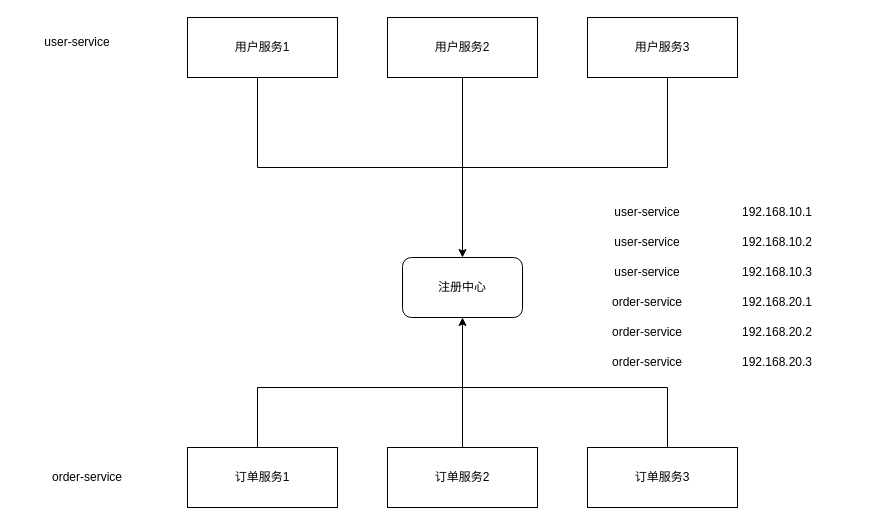
Before: DNS负载均衡.drawio in ChengziMao/picture, a draw.io diagram. Source tidied: cells renumbered, new cells numbered last; positions are measured from the earlier drawing's top-left corner, leaving out a move shared by most shapes. Both pictures are drawn from the tidied source at 100%, with x=0, y=0 at pixel (17, 17).
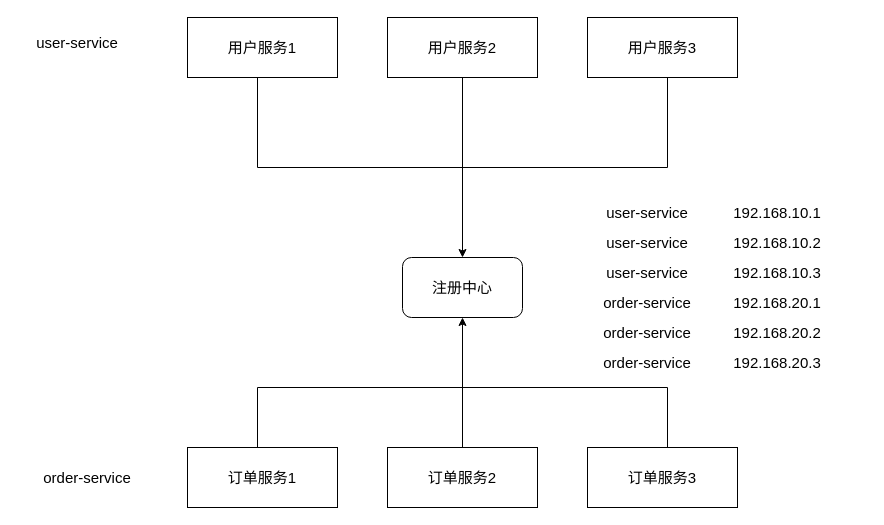
The same diagram, later.

Commit message (it also covers changes not shown here):
更新DNS负载均衡.drawio

Diff of the diagram source:
```diff
@@
-    <mxCell id="2" value="用户服务1" style="rounded=0;whiteSpace=wrap;html=1;" parent="1" vertex="1">
+    <mxCell id="2" value="用户服务1" style="rounded=0;whiteSpace=wrap;html=1;fontSize=15;" parent="1" vertex="1">
       <mxGeometry x="170" width="150" height="60" as="geometry" />
     </mxCell>
-    <mxCell id="3" style="edgeStyle=orthogonalEdgeStyle;rounded=0;jettySize=auto;html=1;entryX=0.5;entryY=0;entryDx=0;entryDy=0;" parent="1" edge="1" source="4" target="6">
+    <mxCell id="3" style="edgeStyle=orthogonalEdgeStyle;rounded=0;jettySize=auto;html=1;entryX=0.5;entryY=0;entryDx=0;entryDy=0;fontSize=15;" parent="1" edge="1" source="4" target="6">
       <mxGeometry relative="1" as="geometry" />
     </mxCell>
-    <mxCell id="4" value="用户服务2" style="rounded=0;whiteSpace=wrap;html=1;" parent="1" vertex="1">
+    <mxCell id="4" value="用户服务2" style="rounded=0;whiteSpace=wrap;html=1;fontSize=15;" parent="1" vertex="1">
       <mxGeometry x="370" width="150" height="60" as="geometry" />
     </mxCell>
-    <mxCell id="5" value="用户服务3" style="rounded=0;whiteSpace=wrap;html=1;" parent="1" vertex="1">
+    <mxCell id="5" value="用户服务3" style="rounded=0;whiteSpace=wrap;html=1;fontSize=15;" parent="1" vertex="1">
       <mxGeometry x="570" width="150" height="60" as="geometry" />
     </mxCell>
-    <mxCell id="6" value="注册中心" style="rounded=1;whiteSpace=wrap;html=1;" parent="1" vertex="1">
+    <mxCell id="6" value="注册中心" style="rounded=1;whiteSpace=wrap;html=1;fontSize=15;" parent="1" vertex="1">
       <mxGeometry x="385" y="240" width="120" height="60" as="geometry" />
     </mxCell>
-    <mxCell id="7" style="shape=partialRectangle;whiteSpace=wrap;html=1;bottom=1;right=1;left=1;top=0;fillColor=none;routingCenterX=-0.5;" parent="1" vertex="1">
+    <mxCell id="7" style="shape=partialRectangle;whiteSpace=wrap;html=1;bottom=1;right=1;left=1;top=0;fillColor=none;routingCenterX=-0.5;fontSize=15;" parent="1" vertex="1">
       <mxGeometry x="240" y="60" width="410" height="90" as="geometry" />
     </mxCell>
-    <mxCell id="8" value="订单服务1" style="rounded=0;whiteSpace=wrap;html=1;" parent="1" vertex="1">
+    <mxCell id="8" value="订单服务1" style="rounded=0;whiteSpace=wrap;html=1;fontSize=15;" parent="1" vertex="1">
       <mxGeometry x="170" y="430" width="150" height="60" as="geometry" />
     </mxCell>
-    <mxCell id="9" style="edgeStyle=orthogonalEdgeStyle;rounded=0;jettySize=auto;html=1;" parent="1" edge="1" source="10" target="6">
+    <mxCell id="9" style="edgeStyle=orthogonalEdgeStyle;rounded=0;jettySize=auto;html=1;fontSize=15;" parent="1" edge="1" source="10" target="6">
       <mxGeometry relative="1" as="geometry" />
     </mxCell>
-    <mxCell id="10" value="订单服务2" style="rounded=0;whiteSpace=wrap;html=1;" parent="1" vertex="1">
+    <mxCell id="10" value="订单服务2" style="rounded=0;whiteSpace=wrap;html=1;fontSize=15;" parent="1" vertex="1">
       <mxGeometry x="370" y="430" width="150" height="60" as="geometry" />
     </mxCell>
-    <mxCell id="11" value="订单服务3" style="rounded=0;whiteSpace=wrap;html=1;" parent="1" vertex="1">
+    <mxCell id="11" value="订单服务3" style="rounded=0;whiteSpace=wrap;html=1;fontSize=15;" parent="1" vertex="1">
       <mxGeometry x="570" y="430" width="150" height="60" as="geometry" />
     </mxCell>
-    <mxCell id="12" style="shape=partialRectangle;whiteSpace=wrap;html=1;bottom=1;right=1;left=1;top=0;fillColor=none;routingCenterX=-0.5;direction=west;" parent="1" vertex="1">
+    <mxCell id="12" style="shape=partialRectangle;whiteSpace=wrap;html=1;bottom=1;right=1;left=1;top=0;fillColor=none;routingCenterX=-0.5;direction=west;fontSize=15;" parent="1" vertex="1">
       <mxGeometry x="240" y="370" width="410" height="60" as="geometry" />
     </mxCell>
-    <mxCell id="13" value="user-service" style="text;html=1;whiteSpace=wrap;strokeColor=none;fillColor=none;align=center;verticalAlign=middle;rounded=0;" parent="1" vertex="1">
+    <mxCell id="13" value="user-service" style="text;html=1;whiteSpace=wrap;strokeColor=none;fillColor=none;align=center;verticalAlign=middle;rounded=0;fontSize=15;" parent="1" vertex="1">
       <mxGeometry y="10" width="120" height="30" as="geometry" />
     </mxCell>
-    <mxCell id="14" value="order-service" style="text;html=1;whiteSpace=wrap;strokeColor=none;fillColor=none;align=center;verticalAlign=middle;rounded=0;" parent="1" vertex="1">
+    <mxCell id="14" value="order-service" style="text;html=1;whiteSpace=wrap;strokeColor=none;fillColor=none;align=center;verticalAlign=middle;rounded=0;fontSize=15;" parent="1" vertex="1">
       <mxGeometry x="10" y="445" width="120" height="30" as="geometry" />
     </mxCell>
-    <mxCell id="15" value="user-service" style="text;html=1;whiteSpace=wrap;strokeColor=none;fillColor=none;align=center;verticalAlign=middle;rounded=0;" parent="1" vertex="1">
+    <mxCell id="15" value="user-service" style="text;html=1;whiteSpace=wrap;strokeColor=none;fillColor=none;align=center;verticalAlign=middle;rounded=0;fontSize=15;" parent="1" vertex="1">
       <mxGeometry x="570" y="180" width="120" height="30" as="geometry" />
     </mxCell>
-    <mxCell id="16" value="user-service" style="text;html=1;whiteSpace=wrap;strokeColor=none;fillColor=none;align=center;verticalAlign=middle;rounded=0;" parent="1" vertex="1">
+    <mxCell id="16" value="user-service" style="text;html=1;whiteSpace=wrap;strokeColor=none;fillColor=none;align=center;verticalAlign=middle;rounded=0;fontSize=15;" parent="1" vertex="1">
       <mxGeometry x="570" y="210" width="120" height="30" as="geometry" />
     </mxCell>
-    <mxCell id="17" value="user-service" style="text;html=1;whiteSpace=wrap;strokeColor=none;fillColor=none;align=center;verticalAlign=middle;rounded=0;" parent="1" vertex="1">
+    <mxCell id="17" value="user-service" style="text;html=1;whiteSpace=wrap;strokeColor=none;fillColor=none;align=center;verticalAlign=middle;rounded=0;fontSize=15;" parent="1" vertex="1">
       <mxGeometry x="570" y="240" width="120" height="30" as="geometry" />
     </mxCell>
-    <mxCell id="18" value="order-service" style="text;html=1;whiteSpace=wrap;strokeColor=none;fillColor=none;align=center;verticalAlign=middle;rounded=0;" parent="1" vertex="1">
+    <mxCell id="18" value="order-service" style="text;html=1;whiteSpace=wrap;strokeColor=none;fillColor=none;align=center;verticalAlign=middle;rounded=0;fontSize=15;" parent="1" vertex="1">
       <mxGeometry x="570" y="270" width="120" height="30" as="geometry" />
     </mxCell>
-    <mxCell id="19" value="order-service" style="text;html=1;whiteSpace=wrap;strokeColor=none;fillColor=none;align=center;verticalAlign=middle;rounded=0;" parent="1" vertex="1">
+    <mxCell id="19" value="order-service" style="text;html=1;whiteSpace=wrap;strokeColor=none;fillColor=none;align=center;verticalAlign=middle;rounded=0;fontSize=15;" parent="1" vertex="1">
       <mxGeometry x="570" y="300" width="120" height="30" as="geometry" />
     </mxCell>
-    <mxCell id="20" value="order-service" style="text;html=1;whiteSpace=wrap;strokeColor=none;fillColor=none;align=center;verticalAlign=middle;rounded=0;" parent="1" vertex="1">
+    <mxCell id="20" value="order-service" style="text;html=1;whiteSpace=wrap;strokeColor=none;fillColor=none;align=center;verticalAlign=middle;rounded=0;fontSize=15;" parent="1" vertex="1">
       <mxGeometry x="570" y="330" width="120" height="30" as="geometry" />
     </mxCell>
-    <mxCell id="21" value="192.168.10.1" style="text;html=1;whiteSpace=wrap;strokeColor=none;fillColor=none;align=center;verticalAlign=middle;rounded=0;" parent="1" vertex="1">
+    <mxCell id="21" value="192.168.10.1" style="text;html=1;whiteSpace=wrap;strokeColor=none;fillColor=none;align=center;verticalAlign=middle;rounded=0;fontSize=15;" parent="1" vertex="1">
       <mxGeometry x="670" y="180" width="180" height="30" as="geometry" />
     </mxCell>
-    <mxCell id="22" value="192.168.10.2" style="text;html=1;whiteSpace=wrap;strokeColor=none;fillColor=none;align=center;verticalAlign=middle;rounded=0;" parent="1" vertex="1">
+    <mxCell id="22" value="192.168.10.2" style="text;html=1;whiteSpace=wrap;strokeColor=none;fillColor=none;align=center;verticalAlign=middle;rounded=0;fontSize=15;" parent="1" vertex="1">
       <mxGeometry x="670" y="210" width="180" height="30" as="geometry" />
     </mxCell>
-    <mxCell id="23" value="192.168.10.3" style="text;html=1;whiteSpace=wrap;strokeColor=none;fillColor=none;align=center;verticalAlign=middle;rounded=0;" parent="1" vertex="1">
+    <mxCell id="23" value="192.168.10.3" style="text;html=1;whiteSpace=wrap;strokeColor=none;fillColor=none;align=center;verticalAlign=middle;rounded=0;fontSize=15;" parent="1" vertex="1">
       <mxGeometry x="670" y="240" width="180" height="30" as="geometry" />
     </mxCell>
-    <mxCell id="24" value="192.168.20.1" style="text;html=1;whiteSpace=wrap;strokeColor=none;fillColor=none;align=center;verticalAlign=middle;rounded=0;" parent="1" vertex="1">
+    <mxCell id="24" value="192.168.20.1" style="text;html=1;whiteSpace=wrap;strokeColor=none;fillColor=none;align=center;verticalAlign=middle;rounded=0;fontSize=15;" parent="1" vertex="1">
       <mxGeometry x="670" y="270" width="180" height="30" as="geometry" />
     </mxCell>
-    <mxCell id="25" value="192.168.20.2" style="text;html=1;whiteSpace=wrap;strokeColor=none;fillColor=none;align=center;verticalAlign=middle;rounded=0;" parent="1" vertex="1">
+    <mxCell id="25" value="192.168.20.2" style="text;html=1;whiteSpace=wrap;strokeColor=none;fillColor=none;align=center;verticalAlign=middle;rounded=0;fontSize=15;" parent="1" vertex="1">
       <mxGeometry x="670" y="300" width="180" height="30" as="geometry" />
     </mxCell>
-    <mxCell id="26" value="192.168.20.3" style="text;html=1;whiteSpace=wrap;strokeColor=none;fillColor=none;align=center;verticalAlign=middle;rounded=0;" parent="1" vertex="1">
+    <mxCell id="26" value="192.168.20.3" style="text;html=1;whiteSpace=wrap;strokeColor=none;fillColor=none;align=center;verticalAlign=middle;rounded=0;fontSize=15;" parent="1" vertex="1">
       <mxGeometry x="670" y="330" width="180" height="30" as="geometry" />
     </mxCell>
```
